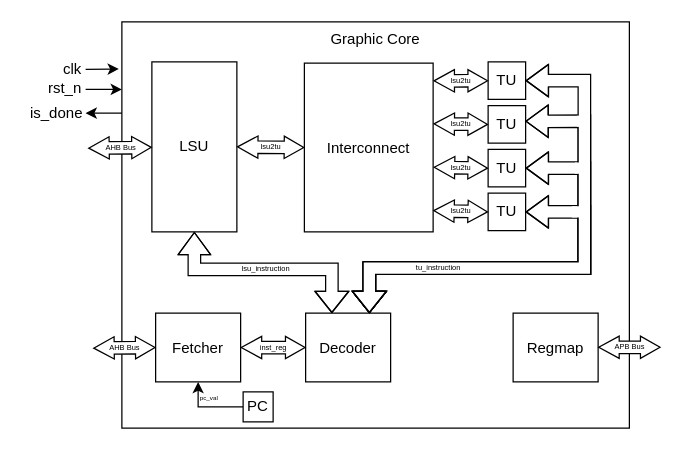
Above: docs/starukhin_dissertation/images/svg/core.drawio in HaMeNopeDiot/hardware_gpu (draw.io), before the change. Source tidied: cells renumbered, new cells numbered last; positions are measured from the earlier drawing's top-left corner, leaving out a move shared by most shapes. Both pictures are drawn from the tidied source at 125%, with x=0, y=0 at pixel (21, 21).
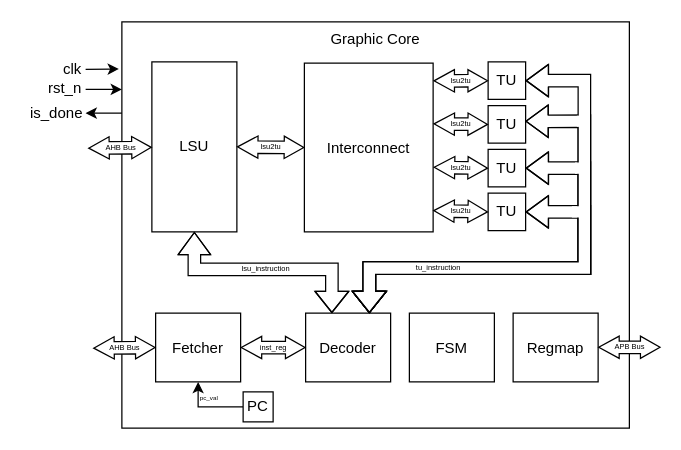
The same page after the edit.

Diff of the diagram source:
```diff
@@
+    <mxCell id="38" value="FSM" style="rounded=0;whiteSpace=wrap;html=1;" parent="1" vertex="1">
+      <mxGeometry x="310" y="233" width="68" height="55" as="geometry" />
+    </mxCell>
```
